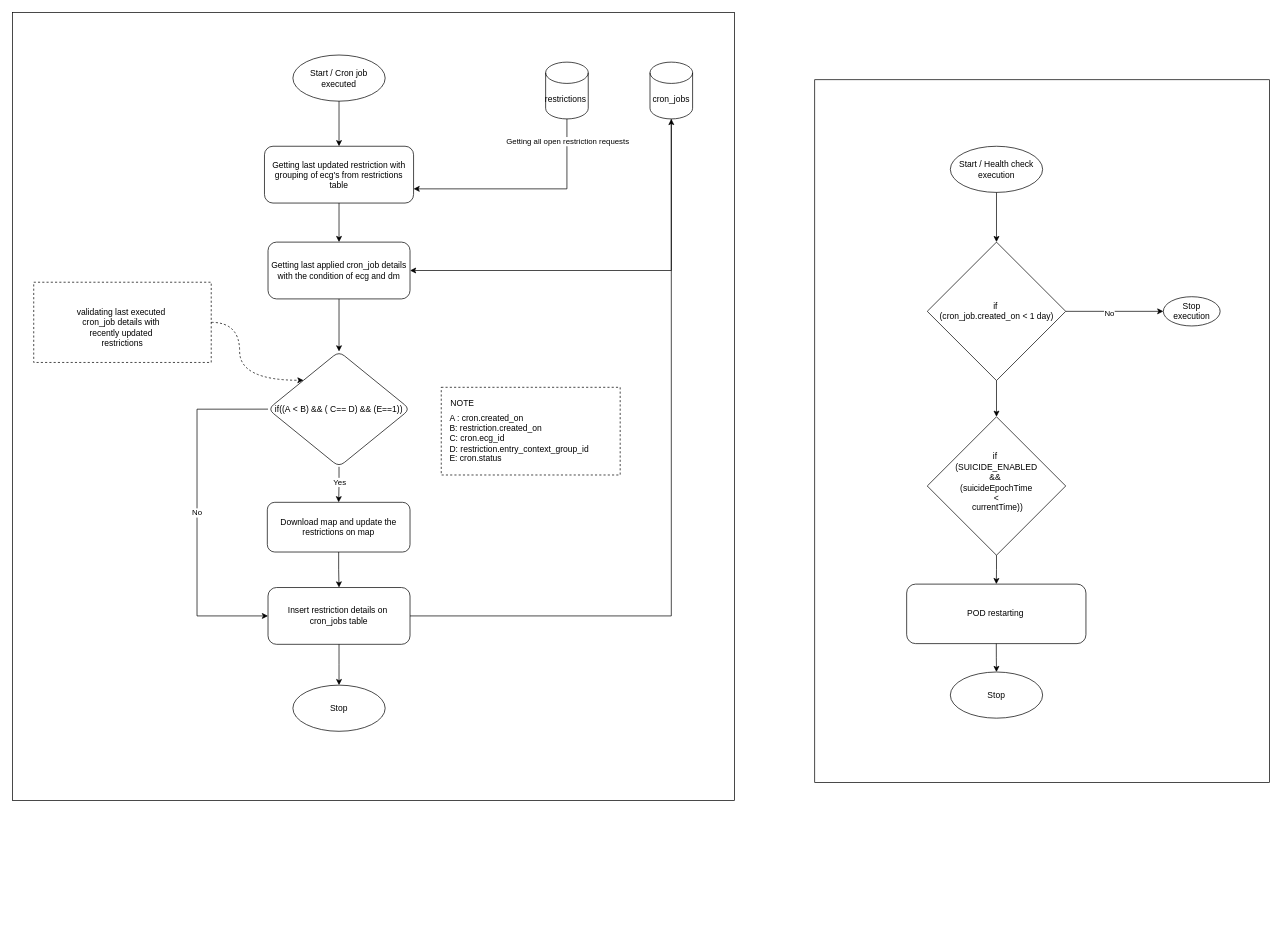
bb-midhunps/diagrams keeps this draw.io diagram as bbrover_pod_restart.drawio. Above is the earlier version. Source tidied: cells renumbered, new cells numbered last; positions are measured from the earlier drawing's top-left corner, leaving out a move shared by most shapes. Both pictures are drawn from the tidied source at 71%, with x=0, y=0 at pixel (12, 12).
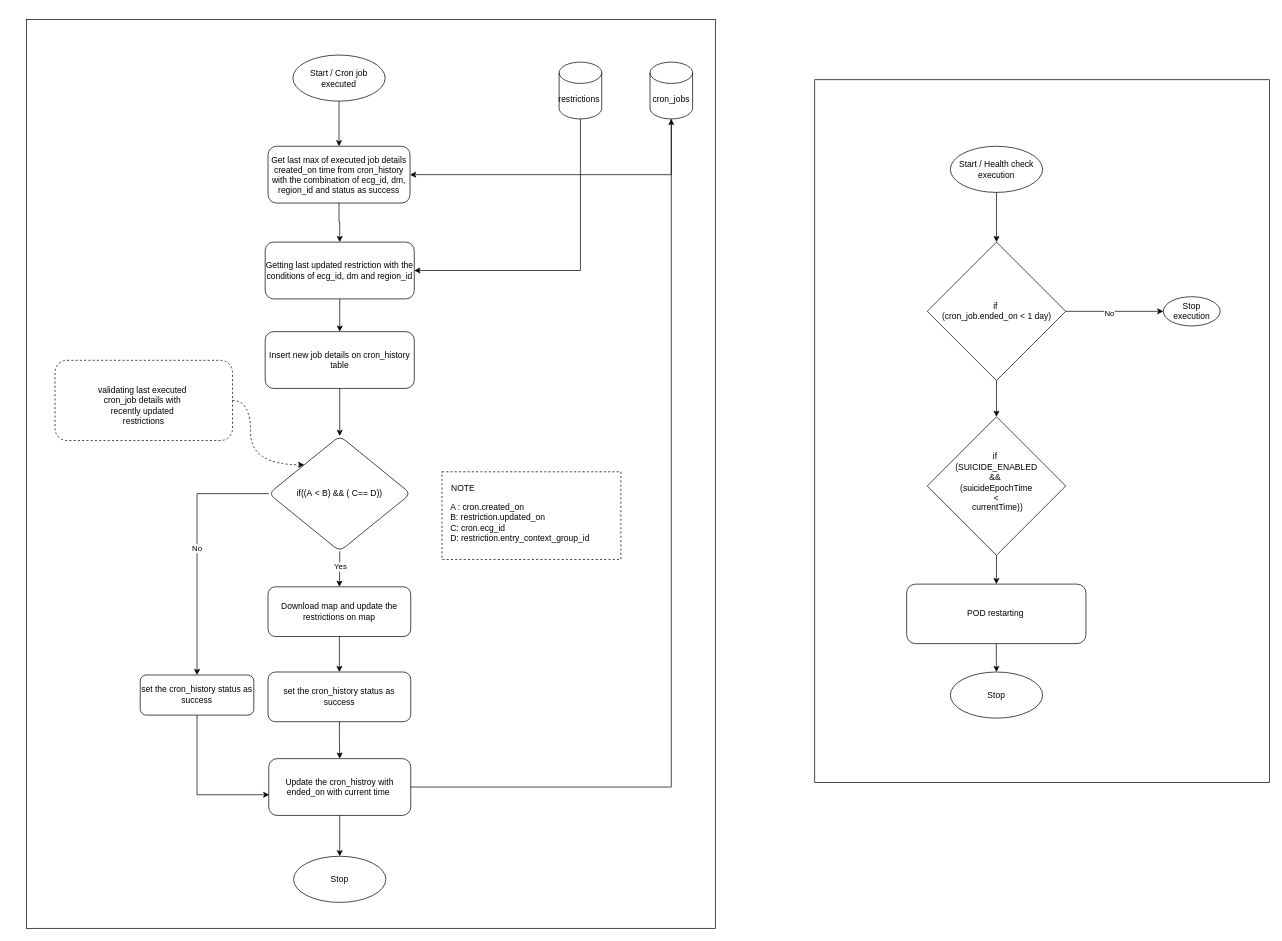
The same diagram, later.

The change refers to these unchanged cells:
```xml
<mxCell id="5" value="Start / Cron job executed" style="ellipse;whiteSpace=wrap;html=1;fillColor=none;" parent="1" vertex="1">
  <mxGeometry x="395" y="60" width="130" height="65" as="geometry" />
</mxCell>
```

The edit, as a diff of the source:
```diff
@@
-    <mxCell id="3" style="rounded=0;whiteSpace=wrap;html=1;fillColor=none;" parent="1" vertex="1">
-      <mxGeometry width="1017" height="1110" as="geometry" />
-    </mxCell>
-    <mxCell id="4" style="edgeStyle=orthogonalEdgeStyle;rounded=0;jettySize=auto;html=1;" parent="1" edge="1" source="5" target="7">
-      <mxGeometry relative="1" as="geometry" />
+    <mxCell id="4" style="edgeStyle=orthogonalEdgeStyle;rounded=0;jettySize=auto;html=1;" parent="1" edge="1" source="5">
+      <mxGeometry relative="1" as="geometry">
+        <mxPoint x="460" y="188.5" as="targetPoint" />
+      </mxGeometry>
     </mxCell>
@@
-    <mxCell id="6" style="edgeStyle=orthogonalEdgeStyle;rounded=0;jettySize=auto;html=1;" parent="1" edge="1" source="42" target="17">
+    <mxCell id="6" style="edgeStyle=orthogonalEdgeStyle;rounded=0;jettySize=auto;html=1;" parent="1" edge="1" source="48" target="17">
       <mxGeometry relative="1" as="geometry" />
     </mxCell>
-    <mxCell id="7" value="Getting last updated restriction with grouping of ecg's from restrictions table" style="rounded=1;whiteSpace=wrap;html=1;fillColor=none;" parent="1" vertex="1">
-      <mxGeometry x="355" y="188.5" width="210" height="80" as="geometry" />
-    </mxCell>
@@
-    <mxCell id="10" style="edgeStyle=orthogonalEdgeStyle;rounded=0;jettySize=auto;html=1;exitX=0.5;exitY=1;exitDx=0;exitDy=0;exitPerimeter=0;entryX=1;entryY=0.75;entryDx=0;entryDy=0;" parent="1" edge="1" source="12" target="7">
-      <mxGeometry relative="1" as="geometry" />
-    </mxCell>
-    <mxCell id="11" value="Getting all open restriction requests" style="edgeLabel;html=1;align=center;verticalAlign=middle;" parent="10" vertex="1">
-      <mxGeometry x="-0.52" y="2" relative="1" as="geometry">
-        <mxPoint x="-2" y="-44" as="offset" />
-      </mxGeometry>
-    </mxCell>
+    <mxCell id="44" style="edgeStyle=orthogonalEdgeStyle;rounded=0;jettySize=auto;html=1;exitX=0.5;exitY=1;exitDx=0;exitDy=0;exitPerimeter=0;entryX=1;entryY=0.5;entryDx=0;entryDy=0;" parent="1" edge="1" source="12" target="46">
+      <mxGeometry relative="1" as="geometry" />
+    </mxCell>
     <mxCell id="12" value="restrictions&amp;nbsp;" style="shape=cylinder3;whiteSpace=wrap;html=1;boundedLbl=1;backgroundOutline=1;size=15;fillColor=none;" parent="1" vertex="1">
-      <mxGeometry x="751" y="70" width="60" height="80" as="geometry" />
+      <mxGeometry x="770" y="70" width="60" height="80" as="geometry" />
     </mxCell>
@@
-    <mxCell id="15" style="edgeStyle=orthogonalEdgeStyle;rounded=0;jettySize=auto;html=1;exitX=0;exitY=0.5;exitDx=0;exitDy=0;entryX=0;entryY=0.5;entryDx=0;entryDy=0;" parent="1" edge="1" source="17" target="21">
-      <mxGeometry relative="1" as="geometry">
-        <Array as="points">
-          <mxPoint x="260" y="559" />
-          <mxPoint x="260" y="850" />
-        </Array>
-      </mxGeometry>
-    </mxCell>
-    <mxCell id="16" value="No" style="edgeLabel;html=1;align=center;verticalAlign=middle;" parent="15" vertex="1">
-      <mxGeometry y="-1" relative="1" as="geometry" />
-    </mxCell>
-    <mxCell id="17" value="&lt;div&gt;if((A&lt;span style=&quot;background-color: initial;&quot;&gt;&amp;nbsp;&amp;lt; B) &amp;amp;&amp;amp; ( C== D) &amp;amp;&amp;amp; (E==1))&lt;/span&gt;&lt;/div&gt;" style="rhombus;whiteSpace=wrap;html=1;rounded=1;fillColor=none;" parent="1" vertex="1">
-      <mxGeometry x="360" y="477.5" width="200" height="162.5" as="geometry" />
+    <mxCell id="17" value="&lt;div&gt;if((A&lt;span style=&quot;background-color: initial;&quot;&gt;&amp;nbsp;&amp;lt; B) &amp;amp;&amp;amp; ( C== D))&lt;/span&gt;&lt;/div&gt;" style="rhombus;whiteSpace=wrap;html=1;rounded=1;fillColor=none;" parent="1" vertex="1">
+      <mxGeometry x="361" y="596.5" width="200" height="162.5" as="geometry" />
     </mxCell>
-    <mxCell id="18" style="edgeStyle=orthogonalEdgeStyle;rounded=0;jettySize=auto;html=1;" parent="1" edge="1" source="19" target="21">
+    <mxCell id="18" style="edgeStyle=orthogonalEdgeStyle;rounded=0;jettySize=auto;html=1;" parent="1" edge="1" source="50" target="21">
       <mxGeometry relative="1" as="geometry" />
     </mxCell>
     <mxCell id="19" value="Download map and update the restrictions on map" style="whiteSpace=wrap;html=1;rounded=1;fillColor=none;" parent="1" vertex="1">
-      <mxGeometry x="359" y="690" width="201" height="70" as="geometry" />
+      <mxGeometry x="360" y="809" width="201" height="70" as="geometry" />
     </mxCell>
     <mxCell id="20" style="edgeStyle=orthogonalEdgeStyle;rounded=0;jettySize=auto;html=1;" parent="1" edge="1" source="21">
       <mxGeometry relative="1" as="geometry">
-        <mxPoint x="460" y="947.5" as="targetPoint" />
+        <mxPoint x="461" y="1188.5" as="targetPoint" />
       </mxGeometry>
     </mxCell>
-    <mxCell id="21" value="Insert restriction details on&amp;nbsp;&lt;div&gt;cron_jobs table&lt;/div&gt;" style="whiteSpace=wrap;html=1;rounded=1;fillColor=none;" parent="1" vertex="1">
-      <mxGeometry x="360" y="810" width="200" height="80" as="geometry" />
+    <mxCell id="21" value="Update the cron_histroy with ended_on with current time&amp;nbsp;" style="whiteSpace=wrap;html=1;rounded=1;fillColor=none;" parent="1" vertex="1">
+      <mxGeometry x="361" y="1051" width="200" height="80" as="geometry" />
     </mxCell>
     <mxCell id="22" value="Stop" style="ellipse;whiteSpace=wrap;html=1;fillColor=none;" parent="1" vertex="1">
-      <mxGeometry x="395" y="947.5" width="130" height="65" as="geometry" />
+      <mxGeometry x="396" y="1188.5" width="130" height="65" as="geometry" />
     </mxCell>
@@
-    <mxCell id="28" value="if&amp;nbsp;&lt;div&gt;(cron_job.created_on &amp;lt; 1 day)&lt;/div&gt;" style="rhombus;whiteSpace=wrap;html=1;fillColor=none;" parent="1" vertex="1">
+    <mxCell id="28" value="if&amp;nbsp;&lt;div&gt;(cron_job.ended_on &amp;lt; 1 day)&lt;/div&gt;" style="rhombus;whiteSpace=wrap;html=1;fillColor=none;" parent="1" vertex="1">
       <mxGeometry x="1288.5" y="323.5" width="195" height="195" as="geometry" />
     </mxCell>
@@
-    <mxCell id="37" value="&lt;div&gt;&lt;br&gt;&lt;/div&gt;&lt;div&gt;validating last executed&amp;nbsp;&lt;div&gt;cron_job details with&amp;nbsp;&lt;/div&gt;&lt;div&gt;recently updated&amp;nbsp;&lt;/div&gt;&lt;div&gt;restrictions&lt;/div&gt;&lt;/div&gt;" style="rounded=0;whiteSpace=wrap;html=1;dashed=1;fillColor=none;" parent="1" vertex="1">
-      <mxGeometry x="30" y="380" width="250" height="113" as="geometry" />
+    <mxCell id="37" value="&lt;div&gt;&lt;br&gt;&lt;/div&gt;&lt;div&gt;validating last executed&amp;nbsp;&lt;div&gt;cron_job details with&amp;nbsp;&lt;/div&gt;&lt;div&gt;recently updated&amp;nbsp;&lt;/div&gt;&lt;div&gt;restrictions&lt;/div&gt;&lt;/div&gt;" style="rounded=1;whiteSpace=wrap;html=1;dashed=1;fillColor=none;glass=0;shadow=0;" parent="1" vertex="1">
+      <mxGeometry x="60" y="490" width="250" height="113" as="geometry" />
     </mxCell>
     <mxCell id="38" style="rounded=0;whiteSpace=wrap;html=1;fillColor=none;align=left;dashed=1;" parent="1" vertex="1">
-      <mxGeometry x="604" y="528" width="252" height="123.5" as="geometry" />
+      <mxGeometry x="605" y="647" width="252" height="123.5" as="geometry" />
     </mxCell>
-    <mxCell id="39" value="&lt;span style=&quot;&quot;&gt;A : cron.created_on&lt;/span&gt;&lt;div style=&quot;&quot;&gt;B: restriction.created_on&lt;br&gt;&lt;div&gt;C: cron.ecg_id&lt;/div&gt;&lt;div&gt;D: restriction.entry_context_group_id&lt;/div&gt;&lt;div&gt;E: cron.status&lt;/div&gt;&lt;/div&gt;" style="text;html=1;align=left;verticalAlign=middle;whiteSpace=wrap;rounded=0;" parent="1" vertex="1">
-      <mxGeometry x="614" y="554.8" width="230" height="90" as="geometry" />
+    <mxCell id="39" value="&lt;span style=&quot;&quot;&gt;A : cron.created_on&lt;/span&gt;&lt;div style=&quot;&quot;&gt;B: restriction.updated_on&lt;br&gt;&lt;div&gt;C: cron.ecg_id&lt;/div&gt;&lt;div&gt;D: restriction.entry_context_group_id&lt;/div&gt;&lt;/div&gt;" style="text;html=1;align=left;verticalAlign=middle;whiteSpace=wrap;rounded=0;" parent="1" vertex="1">
+      <mxGeometry x="615" y="673.8" width="230" height="90" as="geometry" />
     </mxCell>
     <mxCell id="40" value="NOTE" style="text;html=1;align=center;verticalAlign=middle;whiteSpace=wrap;rounded=0;" parent="1" vertex="1">
-      <mxGeometry x="604" y="535.5" width="60" height="30" as="geometry" />
+      <mxGeometry x="605" y="654.5" width="60" height="30" as="geometry" />
     </mxCell>
-    <mxCell id="41" style="edgeStyle=orthogonalEdgeStyle;rounded=0;jettySize=auto;html=1;" parent="1" edge="1" source="7" target="42">
-      <mxGeometry relative="1" as="geometry" />
-    </mxCell>
-    <mxCell id="42" value="Getting last applied cron_job details with the condition of ecg and dm" style="rounded=1;whiteSpace=wrap;html=1;fillColor=none;" parent="1" vertex="1">
-      <mxGeometry x="360" y="323.5" width="200" height="80" as="geometry" />
+    <mxCell id="42" value="Get last max of executed job details created_on time from cron_history with the combination of ecg_id, dm, region_id and status as success" style="rounded=1;whiteSpace=wrap;html=1;fillColor=none;" parent="1" vertex="1">
+      <mxGeometry x="360" y="188.5" width="200" height="80" as="geometry" />
     </mxCell>
@@
+    <mxCell id="45" style="edgeStyle=orthogonalEdgeStyle;rounded=0;jettySize=auto;html=1;" parent="1" edge="1" source="42" target="46">
+      <mxGeometry relative="1" as="geometry" />
+    </mxCell>
+    <mxCell id="46" value="Getting last updated restriction with the conditions of ecg_id, dm and region_id" style="rounded=1;whiteSpace=wrap;html=1;fillColor=none;" parent="1" vertex="1">
+      <mxGeometry x="356" y="323.5" width="210" height="80" as="geometry" />
+    </mxCell>
+    <mxCell id="47" style="edgeStyle=orthogonalEdgeStyle;rounded=0;jettySize=auto;html=1;" parent="1" edge="1" source="46" target="48">
+      <mxGeometry relative="1" as="geometry" />
+    </mxCell>
+    <mxCell id="48" value="Insert new job details on cron_history table" style="rounded=1;whiteSpace=wrap;html=1;fillColor=none;" parent="1" vertex="1">
+      <mxGeometry x="356" y="449.6" width="210" height="80" as="geometry" />
+    </mxCell>
+    <mxCell id="49" style="edgeStyle=orthogonalEdgeStyle;rounded=0;jettySize=auto;html=1;" parent="1" edge="1" source="19" target="50">
+      <mxGeometry relative="1" as="geometry" />
+    </mxCell>
+    <mxCell id="50" value="set the cron_history status as success" style="whiteSpace=wrap;html=1;rounded=1;fillColor=none;" parent="1" vertex="1">
+      <mxGeometry x="360" y="929" width="201" height="70" as="geometry" />
+    </mxCell>
+    <mxCell id="51" style="edgeStyle=orthogonalEdgeStyle;rounded=0;jettySize=auto;html=1;exitX=0;exitY=0.5;exitDx=0;exitDy=0;entryX=0.5;entryY=0;entryDx=0;entryDy=0;" parent="1" edge="1" source="17" target="52">
+      <mxGeometry relative="1" as="geometry">
+        <Array as="points">
+          <mxPoint x="260" y="678" />
+        </Array>
+      </mxGeometry>
+    </mxCell>
+    <mxCell id="16" value="No" style="edgeLabel;html=1;align=center;verticalAlign=middle;" parent="51" vertex="1">
+      <mxGeometry y="-1" relative="1" as="geometry" />
+    </mxCell>
+    <mxCell id="52" value="set the cron_history status as success" style="whiteSpace=wrap;html=1;rounded=1;fillColor=none;" parent="1" vertex="1">
+      <mxGeometry x="180" y="933.2" width="160" height="56.5" as="geometry" />
+    </mxCell>
+    <mxCell id="53" style="edgeStyle=orthogonalEdgeStyle;rounded=0;jettySize=auto;html=1;exitX=0.5;exitY=1;exitDx=0;exitDy=0;entryX=0.004;entryY=0.636;entryDx=0;entryDy=0;entryPerimeter=0;" parent="1" edge="1" source="52" target="21">
+      <mxGeometry relative="1" as="geometry" />
+    </mxCell>
+    <mxCell id="54" style="rounded=0;whiteSpace=wrap;html=1;fillColor=none;" parent="1" vertex="1">
+      <mxGeometry x="20" y="10" width="970" height="1280" as="geometry" />
+    </mxCell>
```
